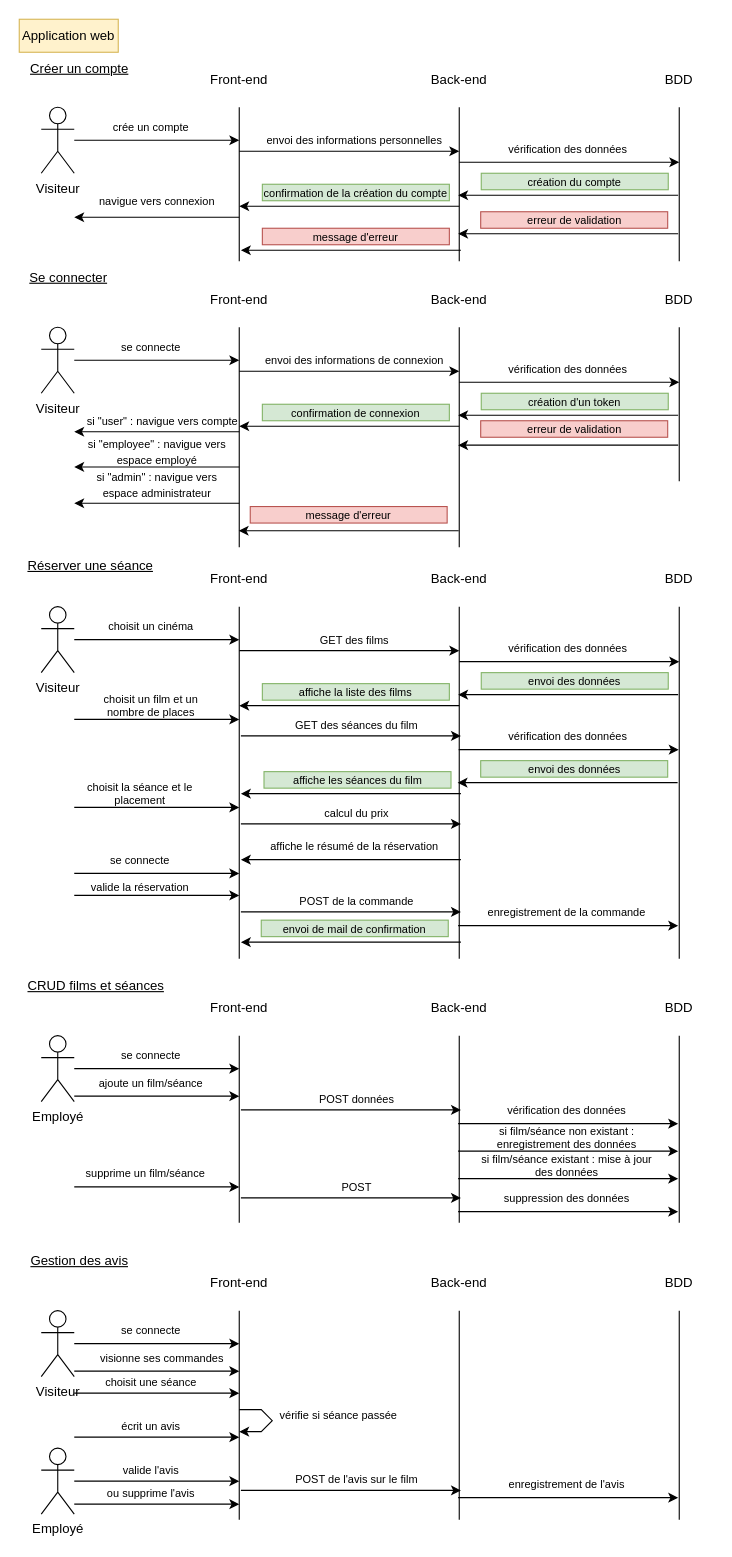
This is charts/sequence_web.drawio from Thifanie/cinephoria, a draw.io file, before an edit. Source tidied: cells renumbered, new cells numbered last; positions are measured from the earlier drawing's top-left corner, leaving out a move shared by most shapes. Both pictures are drawn from the tidied source at 110%, with x=0, y=0 at pixel (19, 19).
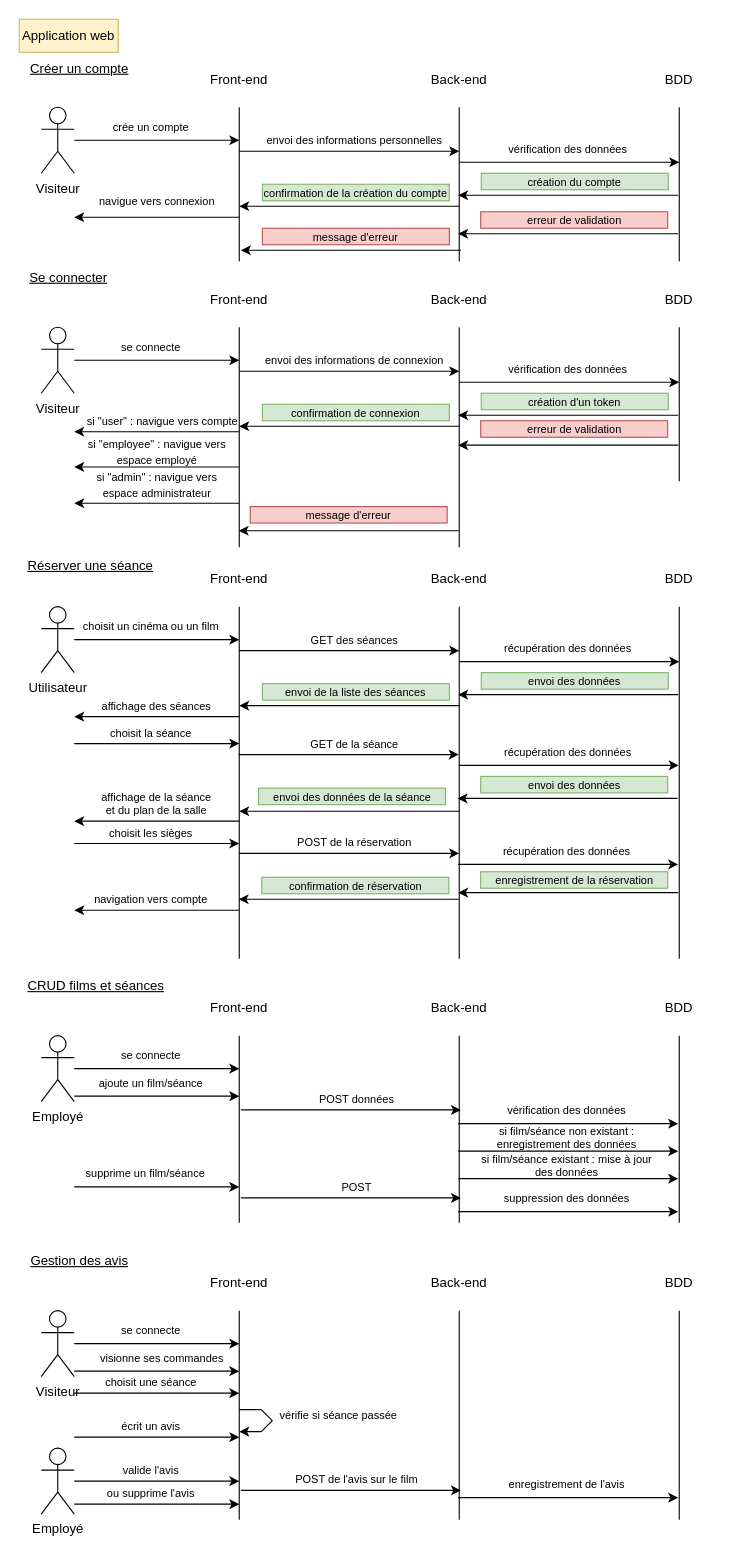
Above is the later version.

Commit message (it also covers changes not shown here):
Mettre à jour sequence_web.drawio

Diff of the diagram source:
```diff
@@
-    <mxCell id="45" value="Visiteur" style="shape=umlActor;verticalLabelPosition=bottom;verticalAlign=top;html=1;outlineConnect=0;" parent="1" vertex="1">
+    <mxCell id="45" value="Utilisateur" style="shape=umlActor;verticalLabelPosition=bottom;verticalAlign=top;html=1;outlineConnect=0;" parent="1" vertex="1">
       <mxGeometry x="20" y="534" width="30" height="60" as="geometry" />
     </mxCell>
@@
-    <mxCell id="52" value="choisit un cinéma" style="text;html=1;align=center;verticalAlign=middle;whiteSpace=wrap;rounded=0;fontSize=10;" parent="1" vertex="1">
-      <mxGeometry x="70" y="546.5" width="100" height="10" as="geometry" />
+    <mxCell id="52" value="choisit un cinéma ou un film" style="text;html=1;align=center;verticalAlign=middle;whiteSpace=wrap;rounded=0;fontSize=10;" parent="1" vertex="1">
+      <mxGeometry x="55" y="546.5" width="130" height="10" as="geometry" />
     </mxCell>
@@
-    <mxCell id="54" value="GET des films" style="text;html=1;align=center;verticalAlign=middle;whiteSpace=wrap;rounded=0;fontSize=10;" parent="1" vertex="1">
+    <mxCell id="54" value="GET des séances" style="text;html=1;align=center;verticalAlign=middle;whiteSpace=wrap;rounded=0;fontSize=10;" parent="1" vertex="1">
       <mxGeometry x="220" y="556.5" width="170" height="15" as="geometry" />
     </mxCell>
@@
-    <mxCell id="56" value="vérification des données" style="text;html=1;align=center;verticalAlign=middle;whiteSpace=wrap;rounded=0;fontSize=10;" parent="1" vertex="1">
+    <mxCell id="56" value="récupération des données" style="text;html=1;align=center;verticalAlign=middle;whiteSpace=wrap;rounded=0;fontSize=10;" parent="1" vertex="1">
       <mxGeometry x="414" y="564" width="170" height="15" as="geometry" />
     </mxCell>
@@
-    <mxCell id="59" value="affiche la liste des films" style="text;html=1;align=center;verticalAlign=middle;whiteSpace=wrap;rounded=0;fontSize=10;fillColor=#d5e8d4;strokeColor=#82b366;" parent="1" vertex="1">
+    <mxCell id="59" value="envoi de la liste des séances" style="text;html=1;align=center;verticalAlign=middle;whiteSpace=wrap;rounded=0;fontSize=10;fillColor=#d5e8d4;strokeColor=#82b366;" parent="1" vertex="1">
       <mxGeometry x="221" y="604" width="170" height="15" as="geometry" />
     </mxCell>
@@
-    <mxCell id="61" style="edgeStyle=orthogonalEdgeStyle;rounded=0;orthogonalLoop=1;jettySize=auto;html=1;" parent="1" edge="1">
-      <mxGeometry relative="1" as="geometry">
-        <mxPoint x="50" y="636.5" as="sourcePoint" />
-        <mxPoint x="200" y="636.5" as="targetPoint" />
-      </mxGeometry>
-    </mxCell>
-    <mxCell id="62" value="choisit un film et un nombre de places" style="text;html=1;align=center;verticalAlign=middle;whiteSpace=wrap;rounded=0;fontSize=10;" parent="1" vertex="1">
-      <mxGeometry x="70" y="619" width="100" height="10" as="geometry" />
-    </mxCell>
-    <mxCell id="63" style="endArrow=classic;html=1;rounded=0;" parent="1" edge="1">
-      <mxGeometry relative="1" as="geometry">
-        <mxPoint x="201.5" y="651.5" as="sourcePoint" />
-        <mxPoint x="401.5" y="651.5" as="targetPoint" />
-      </mxGeometry>
-    </mxCell>
-    <mxCell id="64" value="GET des séances du film" style="text;html=1;align=center;verticalAlign=middle;whiteSpace=wrap;rounded=0;fontSize=10;" parent="1" vertex="1">
-      <mxGeometry x="221.5" y="634" width="170" height="15" as="geometry" />
-    </mxCell>
-    <mxCell id="65" style="endArrow=classic;html=1;rounded=0;" parent="1" edge="1">
-      <mxGeometry relative="1" as="geometry">
-        <mxPoint x="399.5" y="664" as="sourcePoint" />
-        <mxPoint x="599.5" y="664" as="targetPoint" />
-      </mxGeometry>
-    </mxCell>
-    <mxCell id="66" value="vérification des données" style="text;html=1;align=center;verticalAlign=middle;whiteSpace=wrap;rounded=0;fontSize=10;" parent="1" vertex="1">
-      <mxGeometry x="413.5" y="644" width="170" height="15" as="geometry" />
-    </mxCell>
-    <mxCell id="67" value="envoi des données" style="text;html=1;align=center;verticalAlign=middle;whiteSpace=wrap;rounded=0;fontSize=10;fillColor=#d5e8d4;strokeColor=#82b366;" parent="1" vertex="1">
-      <mxGeometry x="419.5" y="674" width="170" height="15" as="geometry" />
-    </mxCell>
-    <mxCell id="68" style="endArrow=classic;html=1;rounded=0;" parent="1" edge="1">
-      <mxGeometry relative="1" as="geometry">
-        <mxPoint x="598.5" y="694" as="sourcePoint" />
-        <mxPoint x="398.5" y="694" as="targetPoint" />
-      </mxGeometry>
-    </mxCell>
-    <mxCell id="69" value="affiche les séances du film" style="text;html=1;align=center;verticalAlign=middle;whiteSpace=wrap;rounded=0;fontSize=10;fillColor=#d5e8d4;strokeColor=#82b366;" parent="1" vertex="1">
-      <mxGeometry x="222.5" y="684" width="170" height="15" as="geometry" />
-    </mxCell>
-    <mxCell id="70" style="endArrow=classic;html=1;rounded=0;" parent="1" edge="1">
-      <mxGeometry relative="1" as="geometry">
-        <mxPoint x="401.5" y="704" as="sourcePoint" />
-        <mxPoint x="201.5" y="704" as="targetPoint" />
-      </mxGeometry>
-    </mxCell>
     <mxCell id="71" style="edgeStyle=orthogonalEdgeStyle;rounded=0;orthogonalLoop=1;jettySize=auto;html=1;" parent="1" edge="1">
       <mxGeometry relative="1" as="geometry">
-        <mxPoint x="50" y="716.5" as="sourcePoint" />
-        <mxPoint x="200" y="716.5" as="targetPoint" />
+        <mxPoint x="50" y="658.5" as="sourcePoint" />
+        <mxPoint x="200" y="658.5" as="targetPoint" />
       </mxGeometry>
     </mxCell>
-    <mxCell id="72" value="choisit la séance et le placement" style="text;html=1;align=center;verticalAlign=middle;whiteSpace=wrap;rounded=0;fontSize=10;" parent="1" vertex="1">
-      <mxGeometry x="60" y="699" width="100" height="10" as="geometry" />
+    <mxCell id="72" value="choisit la séance" style="text;html=1;align=center;verticalAlign=middle;whiteSpace=wrap;rounded=0;fontSize=10;" parent="1" vertex="1">
+      <mxGeometry x="40" y="644" width="160" height="10" as="geometry" />
     </mxCell>
     <mxCell id="73" style="endArrow=classic;html=1;rounded=0;" parent="1" edge="1">
       <mxGeometry relative="1" as="geometry">
-        <mxPoint x="201.5" y="731.5" as="sourcePoint" />
-        <mxPoint x="401.5" y="731.5" as="targetPoint" />
+        <mxPoint x="200" y="758.3" as="sourcePoint" />
+        <mxPoint x="400" y="758.3" as="targetPoint" />
       </mxGeometry>
     </mxCell>
-    <mxCell id="74" value="calcul du prix" style="text;html=1;align=center;verticalAlign=middle;whiteSpace=wrap;rounded=0;fontSize=10;" parent="1" vertex="1">
-      <mxGeometry x="221.5" y="714" width="170" height="15" as="geometry" />
+    <mxCell id="74" value="POST de la réservation" style="text;html=1;align=center;verticalAlign=middle;whiteSpace=wrap;rounded=0;fontSize=10;" parent="1" vertex="1">
+      <mxGeometry x="220" y="740.8" width="170" height="15" as="geometry" />
     </mxCell>
-    <mxCell id="75" style="endArrow=classic;html=1;rounded=0;" parent="1" edge="1">
-      <mxGeometry relative="1" as="geometry">
-        <mxPoint x="401.5" y="764" as="sourcePoint" />
-        <mxPoint x="201.5" y="764" as="targetPoint" />
-      </mxGeometry>
-    </mxCell>
-    <mxCell id="76" value="affiche le résumé de la réservation" style="text;html=1;align=center;verticalAlign=middle;whiteSpace=wrap;rounded=0;fontSize=10;" parent="1" vertex="1">
-      <mxGeometry x="220" y="744" width="170" height="15" as="geometry" />
-    </mxCell>
-    <mxCell id="77" style="edgeStyle=orthogonalEdgeStyle;rounded=0;orthogonalLoop=1;jettySize=auto;html=1;" parent="1" edge="1">
-      <mxGeometry relative="1" as="geometry">
-        <mxPoint x="50" y="776.5" as="sourcePoint" />
-        <mxPoint x="200" y="776.5" as="targetPoint" />
-      </mxGeometry>
-    </mxCell>
-    <mxCell id="78" value="se connecte" style="text;html=1;align=center;verticalAlign=middle;whiteSpace=wrap;rounded=0;fontSize=10;" parent="1" vertex="1">
-      <mxGeometry x="60" y="759" width="100" height="10" as="geometry" />
-    </mxCell>
-    <mxCell id="79" style="edgeStyle=orthogonalEdgeStyle;rounded=0;orthogonalLoop=1;jettySize=auto;html=1;" parent="1" edge="1">
-      <mxGeometry relative="1" as="geometry">
-        <mxPoint x="50" y="796.5" as="sourcePoint" />
-        <mxPoint x="200" y="796.5" as="targetPoint" />
-      </mxGeometry>
-    </mxCell>
-    <mxCell id="80" value="valide la réservation" style="text;html=1;align=center;verticalAlign=middle;whiteSpace=wrap;rounded=0;fontSize=10;" parent="1" vertex="1">
-      <mxGeometry x="60" y="784" width="100" height="10" as="geometry" />
-    </mxCell>
-    <mxCell id="81" style="endArrow=classic;html=1;rounded=0;" parent="1" edge="1">
-      <mxGeometry relative="1" as="geometry">
-        <mxPoint x="201.5" y="811.5" as="sourcePoint" />
-        <mxPoint x="401.5" y="811.5" as="targetPoint" />
-      </mxGeometry>
-    </mxCell>
-    <mxCell id="82" value="POST de la commande" style="text;html=1;align=center;verticalAlign=middle;whiteSpace=wrap;rounded=0;fontSize=10;" parent="1" vertex="1">
-      <mxGeometry x="221.5" y="794" width="170" height="15" as="geometry" />
-    </mxCell>
-    <mxCell id="83" style="endArrow=classic;html=1;rounded=0;" parent="1" edge="1">
-      <mxGeometry relative="1" as="geometry">
-        <mxPoint x="399" y="824" as="sourcePoint" />
-        <mxPoint x="599" y="824" as="targetPoint" />
-      </mxGeometry>
-    </mxCell>
-    <mxCell id="84" value="enregistrement de la commande" style="text;html=1;align=center;verticalAlign=middle;whiteSpace=wrap;rounded=0;fontSize=10;" parent="1" vertex="1">
-      <mxGeometry x="413" y="804" width="170" height="15" as="geometry" />
-    </mxCell>
     <mxCell id="85" style="endArrow=classic;html=1;rounded=0;" parent="1" edge="1">
       <mxGeometry relative="1" as="geometry">
-        <mxPoint x="401.5" y="839" as="sourcePoint" />
-        <mxPoint x="201.5" y="839" as="targetPoint" />
+        <mxPoint x="200" y="810" as="sourcePoint" />
+        <mxPoint x="50" y="810" as="targetPoint" />
       </mxGeometry>
     </mxCell>
-    <mxCell id="86" value="envoi de mail de confirmation" style="text;html=1;align=center;verticalAlign=middle;whiteSpace=wrap;rounded=0;fontSize=10;fillColor=#d5e8d4;strokeColor=#82b366;" parent="1" vertex="1">
-      <mxGeometry x="220" y="819" width="170" height="15" as="geometry" />
-    </mxCell>
@@
+    <mxCell id="152" style="endArrow=classic;html=1;rounded=0;" parent="1" edge="1">
+      <mxGeometry relative="1" as="geometry">
+        <mxPoint x="200" y="634" as="sourcePoint" />
+        <mxPoint x="50" y="634" as="targetPoint" />
+      </mxGeometry>
+    </mxCell>
+    <mxCell id="153" value="affichage des séances" style="text;html=1;align=center;verticalAlign=middle;whiteSpace=wrap;rounded=0;fontSize=10;" parent="1" vertex="1">
+      <mxGeometry x="60" y="619" width="130" height="10" as="geometry" />
+    </mxCell>
+    <mxCell id="154" style="endArrow=classic;html=1;rounded=0;" parent="1" edge="1">
+      <mxGeometry relative="1" as="geometry">
+        <mxPoint x="199.5" y="668.5" as="sourcePoint" />
+        <mxPoint x="399.5" y="668.5" as="targetPoint" />
+      </mxGeometry>
+    </mxCell>
+    <mxCell id="155" value="GET de la séance" style="text;html=1;align=center;verticalAlign=middle;whiteSpace=wrap;rounded=0;fontSize=10;" parent="1" vertex="1">
+      <mxGeometry x="219.5" y="651" width="170" height="15" as="geometry" />
+    </mxCell>
+    <mxCell id="156" style="endArrow=classic;html=1;rounded=0;" parent="1" edge="1">
+      <mxGeometry relative="1" as="geometry">
+        <mxPoint x="399.5" y="678.3" as="sourcePoint" />
+        <mxPoint x="599.5" y="678.3" as="targetPoint" />
+      </mxGeometry>
+    </mxCell>
+    <mxCell id="157" value="récupération des données" style="text;html=1;align=center;verticalAlign=middle;whiteSpace=wrap;rounded=0;fontSize=10;" parent="1" vertex="1">
+      <mxGeometry x="413.5" y="658.3" width="170" height="15" as="geometry" />
+    </mxCell>
+    <mxCell id="67" value="envoi des données" style="text;html=1;align=center;verticalAlign=middle;whiteSpace=wrap;rounded=0;fontSize=10;fillColor=#d5e8d4;strokeColor=#82b366;" parent="1" vertex="1">
+      <mxGeometry x="419.5" y="688.3" width="170" height="15" as="geometry" />
+    </mxCell>
+    <mxCell id="158" style="endArrow=classic;html=1;rounded=0;" parent="1" edge="1">
+      <mxGeometry relative="1" as="geometry">
+        <mxPoint x="598.5" y="708.3" as="sourcePoint" />
+        <mxPoint x="398.5" y="708.3" as="targetPoint" />
+      </mxGeometry>
+    </mxCell>
+    <mxCell id="159" style="endArrow=classic;html=1;rounded=0;" parent="1" edge="1">
+      <mxGeometry relative="1" as="geometry">
+        <mxPoint x="400" y="720" as="sourcePoint" />
+        <mxPoint x="200" y="720" as="targetPoint" />
+      </mxGeometry>
+    </mxCell>
+    <mxCell id="160" value="envoi des données de la séance" style="text;html=1;align=center;verticalAlign=middle;whiteSpace=wrap;rounded=0;fontSize=10;fillColor=#d5e8d4;strokeColor=#82b366;" parent="1" vertex="1">
+      <mxGeometry x="217.5" y="699" width="170" height="15" as="geometry" />
+    </mxCell>
+    <mxCell id="161" style="endArrow=classic;html=1;rounded=0;" parent="1" edge="1">
+      <mxGeometry relative="1" as="geometry">
+        <mxPoint x="200" y="729" as="sourcePoint" />
+        <mxPoint x="50" y="729" as="targetPoint" />
+      </mxGeometry>
+    </mxCell>
+    <mxCell id="162" value="affichage de la séance et du plan de la salle" style="text;html=1;align=center;verticalAlign=middle;whiteSpace=wrap;rounded=0;fontSize=10;" parent="1" vertex="1">
+      <mxGeometry x="70" y="708" width="110" height="10" as="geometry" />
+    </mxCell>
+    <mxCell id="163" style="edgeStyle=orthogonalEdgeStyle;rounded=0;orthogonalLoop=1;jettySize=auto;html=1;" parent="1" edge="1">
+      <mxGeometry relative="1" as="geometry">
+        <mxPoint x="50" y="749.3" as="sourcePoint" />
+        <mxPoint x="200" y="749.3" as="targetPoint" />
+      </mxGeometry>
+    </mxCell>
+    <mxCell id="164" value="choisit les sièges" style="text;html=1;align=center;verticalAlign=middle;whiteSpace=wrap;rounded=0;fontSize=10;" parent="1" vertex="1">
+      <mxGeometry x="40" y="734.8" width="160" height="10" as="geometry" />
+    </mxCell>
+    <mxCell id="165" style="endArrow=classic;html=1;rounded=0;" parent="1" edge="1">
+      <mxGeometry relative="1" as="geometry">
+        <mxPoint x="399" y="768.3" as="sourcePoint" />
+        <mxPoint x="599" y="768.3" as="targetPoint" />
+      </mxGeometry>
+    </mxCell>
+    <mxCell id="166" value="récupération des données" style="text;html=1;align=center;verticalAlign=middle;whiteSpace=wrap;rounded=0;fontSize=10;" parent="1" vertex="1">
+      <mxGeometry x="413" y="748.3" width="170" height="15" as="geometry" />
+    </mxCell>
+    <mxCell id="167" style="endArrow=classic;html=1;rounded=0;" parent="1" edge="1">
+      <mxGeometry relative="1" as="geometry">
+        <mxPoint x="599" y="794" as="sourcePoint" />
+        <mxPoint x="399" y="794" as="targetPoint" />
+      </mxGeometry>
+    </mxCell>
+    <mxCell id="168" value="enregistrement de la réservation" style="text;html=1;align=center;verticalAlign=middle;whiteSpace=wrap;rounded=0;fontSize=10;fillColor=#d5e8d4;strokeColor=#82b366;" parent="1" vertex="1">
+      <mxGeometry x="419.5" y="775" width="170" height="15" as="geometry" />
+    </mxCell>
+    <mxCell id="169" value="confirmation de réservation" style="text;html=1;align=center;verticalAlign=middle;whiteSpace=wrap;rounded=0;fontSize=10;fillColor=#d5e8d4;strokeColor=#82b366;" parent="1" vertex="1">
+      <mxGeometry x="220.5" y="780" width="170" height="15" as="geometry" />
+    </mxCell>
+    <mxCell id="170" style="endArrow=classic;html=1;rounded=0;" parent="1" edge="1">
+      <mxGeometry relative="1" as="geometry">
+        <mxPoint x="399.5" y="800" as="sourcePoint" />
+        <mxPoint x="199.5" y="800" as="targetPoint" />
+      </mxGeometry>
+    </mxCell>
+    <mxCell id="171" value="navigation vers compte" style="text;html=1;align=center;verticalAlign=middle;whiteSpace=wrap;rounded=0;fontSize=10;" parent="1" vertex="1">
+      <mxGeometry x="40" y="795" width="160" height="10" as="geometry" />
+    </mxCell>
```
